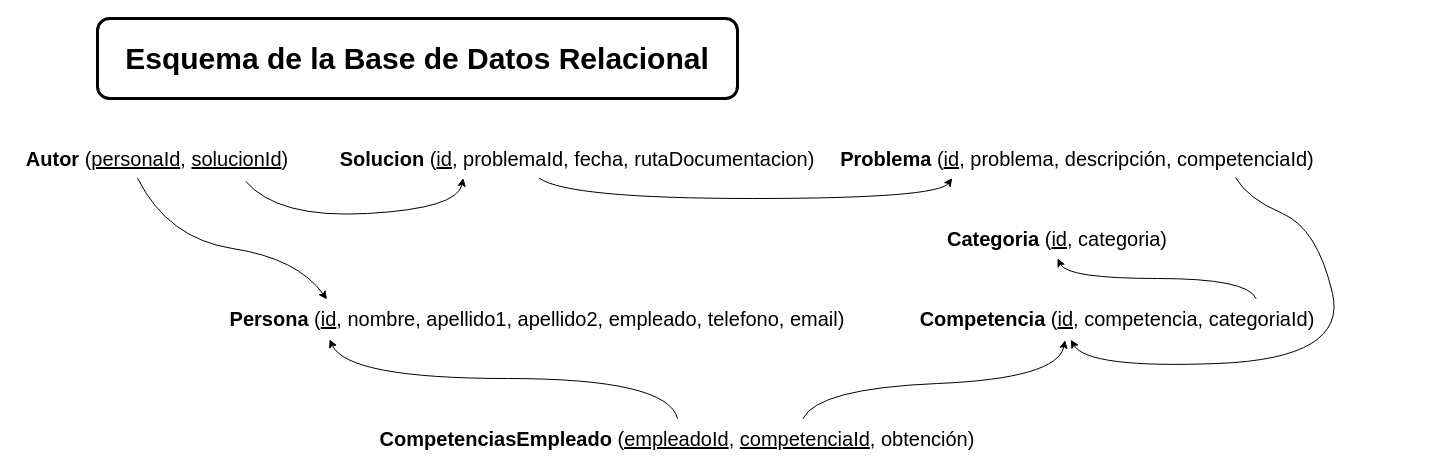
Before: Documentación/EsquemaBDR.drawio in VictorJoelViejoAlvarez/HackUDC2025, a draw.io diagram. Source tidied: cells renumbered, new cells numbered last; positions are measured from the earlier drawing's top-left corner, leaving out a move shared by most shapes. Both pictures are drawn from the tidied source at 100%, with x=0, y=0 at pixel (17, 18).
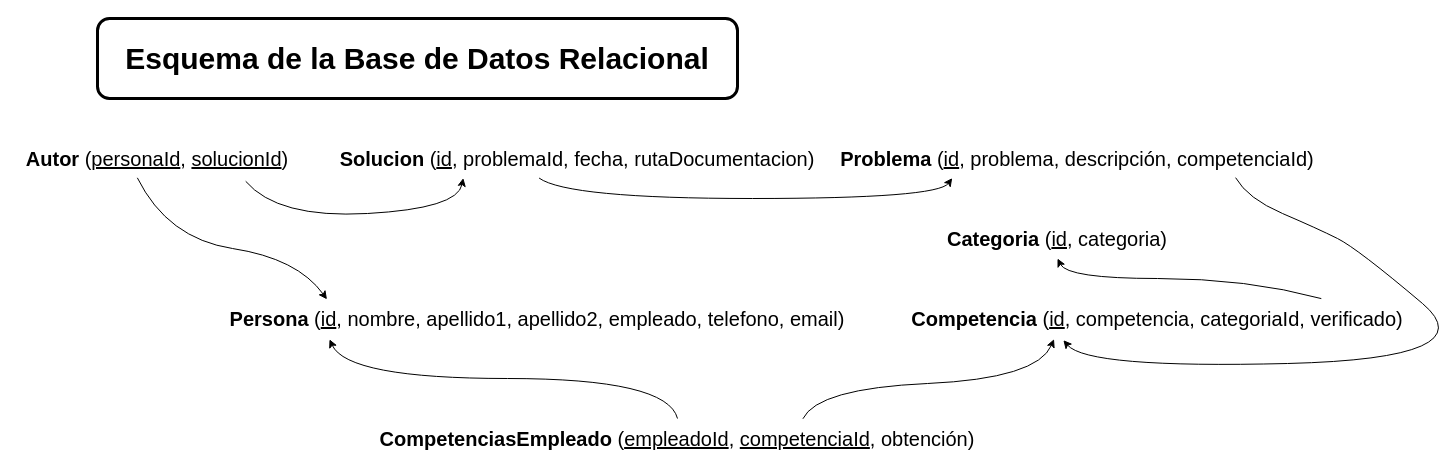
The same page after the edit.

Unchanged cells that the change refers to:
```xml
<mxCell id="3" value="&lt;b&gt;CompetenciasEmpleado&lt;/b&gt; (&lt;u&gt;empleadoId&lt;/u&gt;, &lt;u&gt;competenciaId&lt;/u&gt;, obtención)" style="text;html=1;align=center;verticalAlign=middle;whiteSpace=wrap;rounded=0;fontSize=20;" parent="1" vertex="1">
  <mxGeometry x="360" y="400" width="600" height="40" as="geometry" />
</mxCell>
<mxCell id="9" value="&lt;b&gt;Problema&lt;/b&gt;&amp;nbsp;(&lt;u&gt;id&lt;/u&gt;, problema, descripción, competenciaId)" style="text;html=1;align=center;verticalAlign=middle;whiteSpace=wrap;rounded=0;fontSize=20;" parent="1" vertex="1">
  <mxGeometry x="800" y="120" width="520" height="40" as="geometry" />
</mxCell>
```

Change to the diagram source:
```diff
@@
-    <mxCell id="4" value="&lt;b&gt;Competencia&lt;/b&gt;&amp;nbsp;(&lt;u&gt;id&lt;/u&gt;, competencia, categoriaId)" style="text;html=1;align=center;verticalAlign=middle;whiteSpace=wrap;rounded=0;fontSize=20;" parent="1" vertex="1">
-      <mxGeometry x="880" y="280" width="440" height="40" as="geometry" />
+    <mxCell id="4" value="&lt;b&gt;Competencia&lt;/b&gt;&amp;nbsp;(&lt;u&gt;id&lt;/u&gt;, competencia, categoriaId, verificado)" style="text;html=1;align=center;verticalAlign=middle;whiteSpace=wrap;rounded=0;fontSize=20;" parent="1" vertex="1">
+      <mxGeometry x="880" y="280" width="520" height="40" as="geometry" />
     </mxCell>
@@
-    <mxCell id="7" style="curved=1;endArrow=classic;html=1;rounded=0;entryX=0.381;entryY=1.041;entryDx=0;entryDy=0;entryPerimeter=0;exitX=0.709;exitY=0.007;exitDx=0;exitDy=0;exitPerimeter=0;" parent="1" edge="1" source="3" target="4">
+    <mxCell id="7" style="curved=1;endArrow=classic;html=1;rounded=0;entryX=0.301;entryY=1.017;entryDx=0;entryDy=0;entryPerimeter=0;exitX=0.709;exitY=0.007;exitDx=0;exitDy=0;exitPerimeter=0;" parent="1" edge="1" source="3" target="4">
       <mxGeometry relative="1" as="geometry">
         <Array as="points">
           <mxPoint x="800" y="370" />
-          <mxPoint x="1040" y="360" />
+          <mxPoint x="1020" y="360" />
         </Array>
       </mxGeometry>
     </mxCell>
@@
-    <mxCell id="12" style="curved=1;endArrow=classic;html=1;rounded=0;exitX=0.804;exitY=0.979;exitDx=0;exitDy=0;exitPerimeter=0;entryX=0.394;entryY=1.03;entryDx=0;entryDy=0;entryPerimeter=0;" parent="1" edge="1" source="9" target="4">
+    <mxCell id="12" style="curved=1;endArrow=classic;html=1;rounded=0;exitX=0.804;exitY=0.979;exitDx=0;exitDy=0;exitPerimeter=0;entryX=0.319;entryY=1.042;entryDx=0;entryDy=0;entryPerimeter=0;" parent="1" edge="1" source="9" target="4">
       <mxGeometry relative="1" as="geometry">
         <Array as="points">
           <mxPoint x="1230" y="180" />
           <mxPoint x="1300" y="210" />
-          <mxPoint x="1330" y="340" />
+          <mxPoint x="1340" y="230" />
+          <mxPoint x="1470" y="340" />
           <mxPoint x="1070" y="350" />
         </Array>
       </mxGeometry>
     </mxCell>
```
